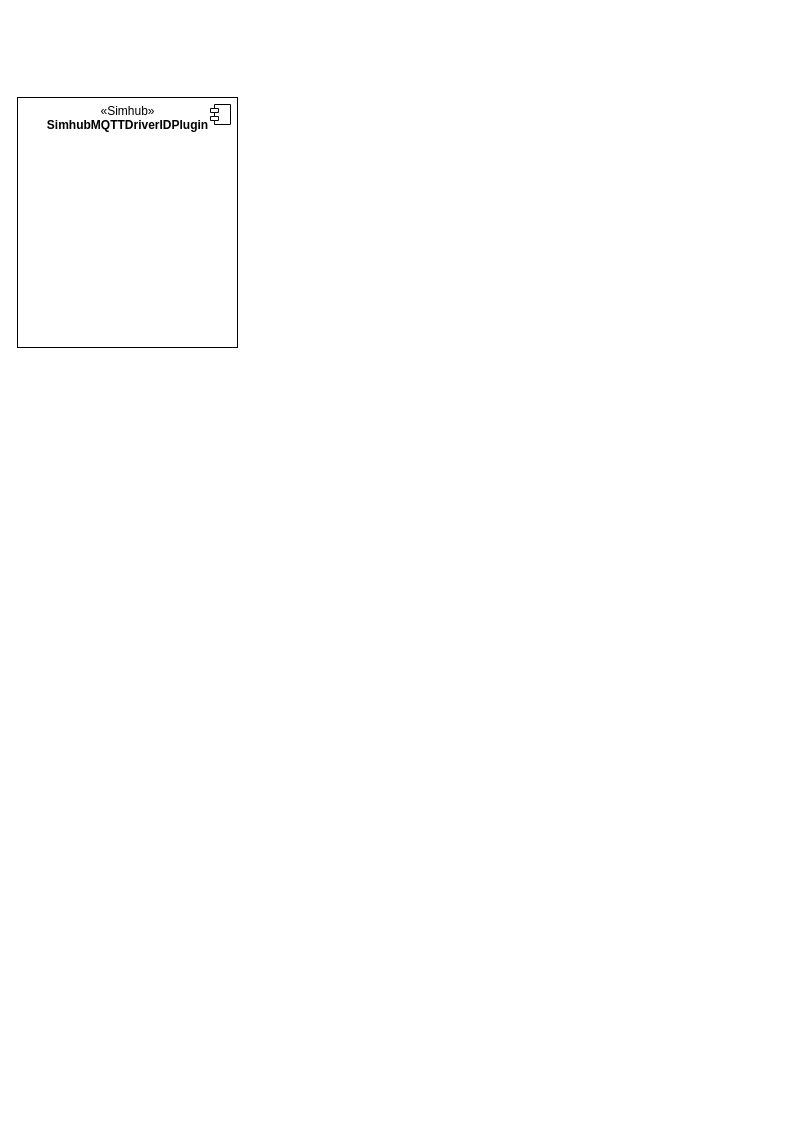
simracingtools/SimHub-MQTT-DriverID keeps this draw.io diagram as IRacing Telemetry Publishing.drawio. Above is the earlier version. Source tidied: cells renumbered, new cells numbered last; positions are measured from the earlier drawing's top-left corner, leaving out a move shared by most shapes. Both pictures are drawn from the tidied source at 100%, with x=0, y=0 at pixel (17, 97).
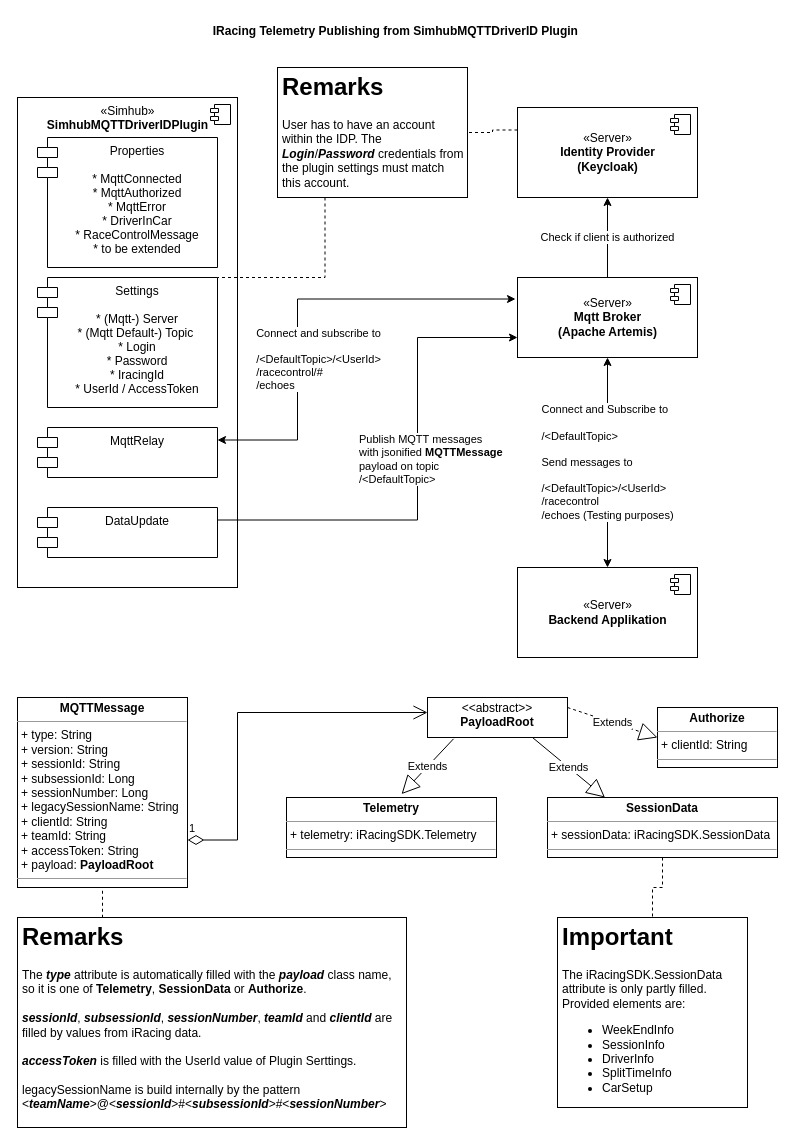
The same diagram, later.

Change to the diagram source:
```diff
@@
     <mxCell id="2" value="«Simhub»&lt;br&gt;&lt;b&gt;SimhubMQTTDriverIDPlugin&lt;/b&gt;" style="html=1;labelPosition=center;verticalLabelPosition=middle;align=center;verticalAlign=top;" parent="1" vertex="1">
-      <mxGeometry width="220" height="250" as="geometry" />
+      <mxGeometry width="220" height="490" as="geometry" />
     </mxCell>
@@
+    <mxCell id="4" value="Properties&#10;&#10;* MqttConnected&#10;* MqttAuthorized&#10;* MqttError&#10;* DriverInCar&#10;* RaceControlMessage&#10;* to be extended" style="shape=module;align=left;spacingLeft=20;align=center;verticalAlign=top;labelPosition=center;verticalLabelPosition=middle;" parent="1" vertex="1">
+      <mxGeometry x="20" y="40" width="180" height="130" as="geometry" />
+    </mxCell>
+    <mxCell id="5" style="edgeStyle=orthogonalEdgeStyle;rounded=0;jettySize=auto;html=1;exitX=1;exitY=0.25;exitDx=0;exitDy=0;entryX=0;entryY=0.75;entryDx=0;entryDy=0;startArrow=none;startFill=0;endArrow=classic;endFill=1;" parent="1" edge="1" source="7" target="12">
+      <mxGeometry relative="1" as="geometry">
+        <Array as="points">
+          <mxPoint x="400" y="423" />
+          <mxPoint x="400" y="240" />
+        </Array>
+      </mxGeometry>
+    </mxCell>
+    <mxCell id="6" value="&lt;div&gt;Publish MQTT messages&lt;/div&gt;&lt;div&gt;with jsonified&amp;nbsp;&lt;b&gt;MQTTMessage&lt;/b&gt;&lt;/div&gt;&lt;div&gt;payload on topic&lt;/div&gt;&lt;div&gt;/&amp;lt;DefaultTopic&amp;gt;&lt;/div&gt;" style="edgeLabel;html=1;align=left;verticalAlign=middle;" parent="5" vertex="1">
+      <mxGeometry x="0.08" relative="1" as="geometry">
+        <mxPoint x="-60" as="offset" />
+      </mxGeometry>
+    </mxCell>
+    <mxCell id="7" value="DataUpdate" style="shape=module;align=left;spacingLeft=20;align=center;verticalAlign=top;html=0;" parent="1" vertex="1">
+      <mxGeometry x="20" y="410" width="180" height="50" as="geometry" />
+    </mxCell>
+    <mxCell id="8" style="edgeStyle=orthogonalEdgeStyle;rounded=0;jettySize=auto;html=1;entryX=-0.011;entryY=0.269;entryDx=0;entryDy=0;entryPerimeter=0;exitX=1;exitY=0.25;exitDx=0;exitDy=0;startArrow=classic;startFill=1;" parent="1" edge="1" source="10" target="12">
+      <mxGeometry relative="1" as="geometry">
+        <Array as="points">
+          <mxPoint x="280" y="343" />
+          <mxPoint x="280" y="202" />
+        </Array>
+      </mxGeometry>
+    </mxCell>
+    <mxCell id="9" value="&lt;div style=&quot;text-align: left&quot;&gt;Connect and subscribe to&lt;br&gt;&lt;br&gt;&lt;/div&gt;&lt;div style=&quot;text-align: left&quot;&gt;/&amp;lt;DefaultTopic&amp;gt;/&amp;lt;UserId&amp;gt;&lt;/div&gt;&lt;div style=&quot;text-align: left&quot;&gt;/racecontrol/#&lt;/div&gt;&lt;div style=&quot;text-align: left&quot;&gt;/echoes&lt;/div&gt;" style="edgeLabel;html=1;align=center;verticalAlign=middle;" parent="8" vertex="1">
+      <mxGeometry x="0.13" y="-2" relative="1" as="geometry">
+        <mxPoint x="-6" y="58" as="offset" />
+      </mxGeometry>
+    </mxCell>
+    <mxCell id="10" value="MqttRelay" style="shape=module;align=left;spacingLeft=20;align=center;verticalAlign=top;html=0;" parent="1" vertex="1">
+      <mxGeometry x="20" y="330" width="180" height="50" as="geometry" />
+    </mxCell>
+    <mxCell id="11" value="Check if client is authorized" style="edgeStyle=orthogonalEdgeStyle;rounded=0;jettySize=auto;html=1;exitX=0.5;exitY=0;exitDx=0;exitDy=0;" parent="1" edge="1" source="12" target="16">
+      <mxGeometry relative="1" as="geometry" />
+    </mxCell>
+    <mxCell id="12" value="«Server»&lt;br&gt;&lt;b&gt;Mqtt Broker&lt;br&gt;(Apache Artemis)&lt;br&gt;&lt;/b&gt;" style="html=1;verticalAlign=middle;" parent="1" vertex="1">
+      <mxGeometry x="500" y="180" width="180" height="80" as="geometry" />
+    </mxCell>
+    <mxCell id="13" style="shape=module;jettyWidth=8;jettyHeight=4;html=0;" parent="12" vertex="1">
+      <mxGeometry x="1" width="20" height="20" relative="1" as="geometry">
+        <mxPoint x="-27" y="7" as="offset" />
+      </mxGeometry>
+    </mxCell>
+    <mxCell id="14" value="Settings&#10;&#10;* (Mqtt-) Server&#10;* (Mqtt Default-) Topic &#10;* Login&#10;* Password&#10;* IracingId&#10;* UserId / AccessToken" style="shape=module;align=left;spacingLeft=20;align=center;verticalAlign=top;labelPosition=center;verticalLabelPosition=middle;" parent="1" vertex="1">
+      <mxGeometry x="20" y="180" width="180" height="130" as="geometry" />
+    </mxCell>
+    <mxCell id="15" style="edgeStyle=orthogonalEdgeStyle;rounded=0;jettySize=auto;html=1;exitX=0;exitY=0.25;exitDx=0;exitDy=0;entryX=1;entryY=0.5;entryDx=0;entryDy=0;startArrow=none;startFill=0;endArrow=none;endFill=0;dashed=1;" parent="1" edge="1" source="16" target="36">
+      <mxGeometry relative="1" as="geometry" />
+    </mxCell>
+    <mxCell id="16" value="«Server»&lt;br&gt;&lt;b&gt;Identity Provider&lt;br&gt;(Keycloak)&lt;br&gt;&lt;/b&gt;" style="html=1;" parent="1" vertex="1">
+      <mxGeometry x="500" y="10" width="180" height="90" as="geometry" />
+    </mxCell>
+    <mxCell id="17" style="shape=module;jettyWidth=8;jettyHeight=4;html=0;" parent="16" vertex="1">
+      <mxGeometry x="1" width="20" height="20" relative="1" as="geometry">
+        <mxPoint x="-27" y="7" as="offset" />
+      </mxGeometry>
+    </mxCell>
+    <mxCell id="18" value="&lt;div style=&quot;text-align: left&quot;&gt;Connect and Subscribe to&lt;/div&gt;&lt;div style=&quot;text-align: left&quot;&gt;&lt;br&gt;&lt;/div&gt;&lt;div style=&quot;text-align: left&quot;&gt;/&amp;lt;DefaultTopic&amp;gt;&lt;/div&gt;&lt;div style=&quot;text-align: left&quot;&gt;&lt;br&gt;&lt;/div&gt;&lt;div style=&quot;text-align: left&quot;&gt;Send messages to&amp;nbsp;&lt;/div&gt;&lt;div style=&quot;text-align: left&quot;&gt;&lt;br&gt;&lt;/div&gt;&lt;div style=&quot;text-align: left&quot;&gt;/&amp;lt;DefaultTopic&amp;gt;/&amp;lt;UserId&amp;gt;&lt;/div&gt;&lt;div style=&quot;text-align: left&quot;&gt;/racecontrol&lt;/div&gt;&lt;div style=&quot;text-align: left&quot;&gt;/echoes (Testing purposes)&lt;/div&gt;" style="edgeStyle=orthogonalEdgeStyle;rounded=0;jettySize=auto;html=1;exitX=0.5;exitY=0;exitDx=0;exitDy=0;startArrow=classic;startFill=1;" parent="1" edge="1" source="19" target="12">
+      <mxGeometry relative="1" as="geometry" />
+    </mxCell>
+    <mxCell id="19" value="«Server»&lt;br&gt;&lt;b&gt;Backend Applikation&lt;/b&gt;" style="html=1;" parent="1" vertex="1">
+      <mxGeometry x="500" y="470" width="180" height="90" as="geometry" />
+    </mxCell>
+    <mxCell id="20" style="shape=module;jettyWidth=8;jettyHeight=4;html=0;" parent="19" vertex="1">
+      <mxGeometry x="1" width="20" height="20" relative="1" as="geometry">
+        <mxPoint x="-27" y="7" as="offset" />
+      </mxGeometry>
+    </mxCell>
+    <mxCell id="21" value="IRacing Telemetry Publishing from SimhubMQTTDriverID Plugin " style="text;align=center;fontStyle=1;verticalAlign=middle;spacingLeft=3;spacingRight=3;strokeColor=none;html=0;" parent="1" vertex="1">
+      <mxGeometry y="-80" width="760" height="26" as="geometry" />
+    </mxCell>
+    <mxCell id="22" value="&lt;p style=&quot;margin: 0px ; margin-top: 4px ; text-align: center&quot;&gt;&lt;b&gt;MQTTMessage&lt;/b&gt;&lt;/p&gt;&lt;hr size=&quot;1&quot;&gt;&lt;p style=&quot;margin: 0px ; margin-left: 4px&quot;&gt;+ type: String&lt;/p&gt;&lt;p style=&quot;margin: 0px ; margin-left: 4px&quot;&gt;+ version: String&lt;/p&gt;&lt;p style=&quot;margin: 0px ; margin-left: 4px&quot;&gt;+ sessionId: String&lt;/p&gt;&lt;p style=&quot;margin: 0px ; margin-left: 4px&quot;&gt;+ subsessionId: Long&lt;/p&gt;&lt;p style=&quot;margin: 0px ; margin-left: 4px&quot;&gt;+ sessionNumber: Long&lt;/p&gt;&lt;p style=&quot;margin: 0px ; margin-left: 4px&quot;&gt;+ legacySessionName: String&lt;/p&gt;&lt;p style=&quot;margin: 0px ; margin-left: 4px&quot;&gt;+ clientId: String&lt;/p&gt;&lt;p style=&quot;margin: 0px ; margin-left: 4px&quot;&gt;+ teamId: String&lt;/p&gt;&lt;p style=&quot;margin: 0px ; margin-left: 4px&quot;&gt;+ accessToken: String&lt;/p&gt;&lt;p style=&quot;margin: 0px ; margin-left: 4px&quot;&gt;+ payload: &lt;b&gt;PayloadRoot&lt;/b&gt;&lt;/p&gt;&lt;hr size=&quot;1&quot;&gt;&lt;p style=&quot;margin: 0px ; margin-left: 4px&quot;&gt;&lt;br&gt;&lt;/p&gt;" style="verticalAlign=top;align=left;overflow=fill;fontSize=12;fontFamily=Helvetica;html=1;" parent="1" vertex="1">
+      <mxGeometry y="600" width="170" height="190" as="geometry" />
+    </mxCell>
+    <mxCell id="23" value="&lt;p style=&quot;margin: 0px ; margin-top: 4px ; text-align: center&quot;&gt;&amp;lt;&amp;lt;abstract&amp;gt;&amp;gt;&lt;br&gt;&lt;b&gt;PayloadRoot&lt;/b&gt;&lt;/p&gt;" style="verticalAlign=top;align=left;overflow=fill;fontSize=12;fontFamily=Helvetica;html=1;" parent="1" vertex="1">
+      <mxGeometry x="410" y="600" width="140" height="40" as="geometry" />
+    </mxCell>
+    <mxCell id="24" value="&lt;p style=&quot;margin: 0px ; margin-top: 4px ; text-align: center&quot;&gt;&lt;b&gt;Telemetry&lt;/b&gt;&lt;/p&gt;&lt;hr size=&quot;1&quot;&gt;&lt;p style=&quot;margin: 0px ; margin-left: 4px&quot;&gt;+ telemetry: iRacingSDK.Telemetry&lt;/p&gt;&lt;hr size=&quot;1&quot;&gt;&lt;p style=&quot;margin: 0px ; margin-left: 4px&quot;&gt;&lt;/p&gt;" style="verticalAlign=top;align=left;overflow=fill;fontSize=12;fontFamily=Helvetica;html=1;" parent="1" vertex="1">
+      <mxGeometry x="269" y="700" width="210" height="60" as="geometry" />
+    </mxCell>
+    <mxCell id="25" value="1" style="endArrow=open;html=1;endSize=12;startArrow=diamondThin;startSize=14;startFill=0;edgeStyle=orthogonalEdgeStyle;align=left;verticalAlign=bottom;rounded=0;exitX=1;exitY=0.75;exitDx=0;exitDy=0;" parent="1" edge="1" source="22" target="23">
+      <mxGeometry x="-1" y="3" relative="1" as="geometry">
+        <Array as="points">
+          <mxPoint x="220" y="743" />
+          <mxPoint x="220" y="615" />
+        </Array>
+      </mxGeometry>
+    </mxCell>
+    <mxCell id="26" value="Extends" style="endArrow=block;endSize=16;endFill=0;html=1;rounded=0;exitX=0.186;exitY=1.033;exitDx=0;exitDy=0;exitPerimeter=0;entryX=0.548;entryY=-0.057;entryDx=0;entryDy=0;entryPerimeter=0;" parent="1" edge="1" source="23" target="24">
+      <mxGeometry relative="1" as="geometry" />
+    </mxCell>
+    <mxCell id="27" style="edgeStyle=orthogonalEdgeStyle;rounded=0;jettySize=auto;html=1;exitX=0.5;exitY=1;exitDx=0;exitDy=0;startArrow=none;startFill=0;endArrow=none;endFill=0;dashed=1;" parent="1" edge="1" source="28" target="30">
+      <mxGeometry relative="1" as="geometry" />
+    </mxCell>
+    <mxCell id="28" value="&lt;p style=&quot;margin: 0px ; margin-top: 4px ; text-align: center&quot;&gt;&lt;b&gt;SessionData&lt;/b&gt;&lt;/p&gt;&lt;hr size=&quot;1&quot;&gt;&lt;p style=&quot;margin: 0px ; margin-left: 4px&quot;&gt;+ sessionData: iRacingSDK.SessionData&lt;/p&gt;&lt;hr size=&quot;1&quot;&gt;&lt;p style=&quot;margin: 0px ; margin-left: 4px&quot;&gt;&lt;/p&gt;" style="verticalAlign=top;align=left;overflow=fill;fontSize=12;fontFamily=Helvetica;html=1;" parent="1" vertex="1">
+      <mxGeometry x="530" y="700" width="230" height="60" as="geometry" />
+    </mxCell>
+    <mxCell id="29" value="Extends" style="endArrow=block;endSize=16;endFill=0;html=1;rounded=0;entryX=0.25;entryY=0;entryDx=0;entryDy=0;exitX=0.75;exitY=1;exitDx=0;exitDy=0;" parent="1" edge="1" source="23" target="28">
+      <mxGeometry relative="1" as="geometry" />
+    </mxCell>
+    <mxCell id="30" value="&lt;h1&gt;Important&lt;/h1&gt;&lt;p&gt;The iRacingSDK.SessionData attribute&amp;nbsp;is only partly filled.&lt;br&gt;Provided elements are:&lt;br&gt;&lt;ul&gt;&lt;li&gt;WeekEndInfo&lt;/li&gt;&lt;li&gt;SessionInfo&lt;/li&gt;&lt;li&gt;DriverInfo&lt;/li&gt;&lt;li&gt;SplitTimeInfo&lt;/li&gt;&lt;li&gt;CarSetup&lt;/li&gt;&lt;/ul&gt;&lt;/p&gt;" style="text;html=1;strokeColor=default;fillColor=none;spacing=5;spacingTop=-20;whiteSpace=wrap;overflow=hidden;rounded=0;" parent="1" vertex="1">
+      <mxGeometry x="540" y="820" width="190" height="190" as="geometry" />
+    </mxCell>
+    <mxCell id="31" value="&lt;p style=&quot;margin: 0px ; margin-top: 4px ; text-align: center&quot;&gt;&lt;b&gt;Authorize&lt;/b&gt;&lt;/p&gt;&lt;hr size=&quot;1&quot;&gt;&lt;p style=&quot;margin: 0px ; margin-left: 4px&quot;&gt;+ clientId: String&lt;/p&gt;&lt;hr size=&quot;1&quot;&gt;&lt;p style=&quot;margin: 0px ; margin-left: 4px&quot;&gt;&lt;/p&gt;" style="verticalAlign=top;align=left;overflow=fill;fontSize=12;fontFamily=Helvetica;html=1;" parent="1" vertex="1">
+      <mxGeometry x="640" y="610" width="120" height="60" as="geometry" />
+    </mxCell>
+    <mxCell id="32" value="Extends" style="endArrow=block;endSize=16;endFill=0;html=1;rounded=0;dashed=1;entryX=0;entryY=0.5;entryDx=0;entryDy=0;" parent="1" edge="1" target="31">
+      <mxGeometry relative="1" as="geometry">
+        <mxPoint x="550" y="610" as="sourcePoint" />
+      </mxGeometry>
+    </mxCell>
+    <mxCell id="33" style="edgeStyle=orthogonalEdgeStyle;rounded=0;jettySize=auto;html=1;exitX=0.25;exitY=0;exitDx=0;exitDy=0;entryX=0.5;entryY=1;entryDx=0;entryDy=0;dashed=1;startArrow=none;startFill=0;endArrow=none;endFill=0;" parent="1" edge="1" source="34" target="22">
+      <mxGeometry relative="1" as="geometry" />
+    </mxCell>
+    <mxCell id="34" value="&lt;h1&gt;Remarks&lt;/h1&gt;&lt;div&gt;The &lt;i&gt;&lt;b&gt;type&lt;/b&gt;&lt;/i&gt; attribute is automatically filled with the &lt;b&gt;&lt;i&gt;payload&lt;/i&gt;&lt;/b&gt; class name, so it is one of &lt;b&gt;Telemetry&lt;/b&gt;, &lt;b&gt;SessionData&lt;/b&gt; or &lt;b&gt;Authorize&lt;/b&gt;.&lt;br&gt;&lt;br&gt;&lt;i&gt;&lt;b&gt;sessionId&lt;/b&gt;&lt;/i&gt;, &lt;i&gt;&lt;b&gt;subsessionId&lt;/b&gt;&lt;/i&gt;, &lt;i&gt;&lt;b&gt;sessionNumber&lt;/b&gt;&lt;/i&gt;, &lt;i&gt;&lt;b&gt;teamId&lt;/b&gt;&lt;/i&gt; and &lt;i&gt;&lt;b&gt;clientId&lt;/b&gt;&lt;/i&gt; are filled by values from iRacing data.&lt;br&gt;&lt;br&gt;&lt;b&gt;&lt;i&gt;accessToken&lt;/i&gt;&lt;/b&gt; is filled with the UserId value of Plugin Serttings.&lt;br&gt;&lt;br&gt;legacySessionName is build internally by the pattern &amp;lt;&lt;b&gt;&lt;i&gt;teamName&lt;/i&gt;&lt;/b&gt;&amp;gt;@&amp;lt;&lt;b&gt;&lt;i&gt;sessionId&lt;/i&gt;&lt;/b&gt;&amp;gt;#&amp;lt;&lt;b&gt;&lt;i&gt;subsessionId&lt;/i&gt;&lt;/b&gt;&amp;gt;#&amp;lt;&lt;b&gt;&lt;i&gt;sessionNumber&lt;/i&gt;&lt;/b&gt;&amp;gt;&lt;/div&gt;" style="text;html=1;strokeColor=default;fillColor=none;spacing=5;spacingTop=-20;whiteSpace=wrap;overflow=hidden;rounded=0;" parent="1" vertex="1">
+      <mxGeometry y="820" width="389" height="210" as="geometry" />
+    </mxCell>
+    <mxCell id="35" style="edgeStyle=orthogonalEdgeStyle;rounded=0;jettySize=auto;html=1;exitX=0.25;exitY=1;exitDx=0;exitDy=0;dashed=1;startArrow=none;startFill=0;endArrow=none;endFill=0;entryX=1;entryY=0;entryDx=0;entryDy=0;" parent="1" edge="1" source="36" target="14">
+      <mxGeometry relative="1" as="geometry">
+        <Array as="points">
+          <mxPoint x="308" y="180" />
+        </Array>
+      </mxGeometry>
+    </mxCell>
+    <mxCell id="36" value="&lt;h1&gt;Remarks&lt;/h1&gt;&lt;p&gt;User has to have an account&amp;nbsp;&lt;br&gt;within the IDP. The &lt;b&gt;&lt;i&gt;Login&lt;/i&gt;&lt;/b&gt;/&lt;b&gt;&lt;i&gt;Password&lt;/i&gt;&lt;/b&gt; credentials from&lt;br&gt;the plugin settings must match&amp;nbsp;&lt;br&gt;this account.&lt;/p&gt;" style="text;html=1;strokeColor=default;fillColor=none;spacing=5;spacingTop=-20;whiteSpace=wrap;overflow=hidden;rounded=0;" parent="1" vertex="1">
+      <mxGeometry x="260" y="-30" width="190" height="130" as="geometry" />
+    </mxCell>
```
